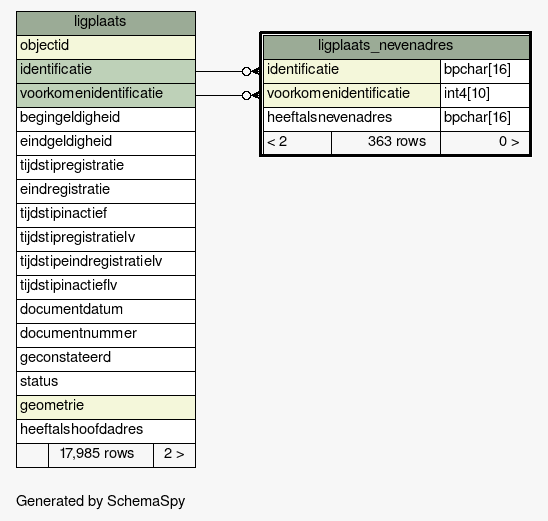
Before: datamodel/schemaspy/bag/diagrams/ligplaats_nevenadres.1degree.png, a diagram exported from Graphviz (B3Partners/brmo). Its source is kept beside it as datamodel/schemaspy/bag/diagrams/ligplaats_nevenadres.1degree.dot. Source of this version:
```dot
digraph "oneDegreeRelationshipsDiagram" {
  graph [
    rankdir="RL"
    bgcolor="#f7f7f7"
    label="\nGenerated by SchemaSpy"
    labeljust="l"
    nodesep="0.18"
    ranksep="0.46"
    fontname="Helvetica"
    fontsize="11"
  ];
  node [
    fontname="Helvetica"
    fontsize="11"
    shape="plaintext"
  ];
  edge [
    arrowsize="0.8"
  ];
  "ligplaats_nevenadres":"identificatie":w -> "ligplaats":"identificatie":e [arrowhead=none dir=back arrowtail=crowodot];
  "ligplaats_nevenadres":"voorkomenidentificatie":w -> "ligplaats":"voorkomenidentificatie":e [arrowhead=none dir=back arrowtail=crowodot];
  "ligplaats" [
    label=<
    <TABLE BORDER="0" CELLBORDER="1" CELLSPACING="0" BGCOLOR="#ffffff">
      <TR><TD COLSPAN="3" BGCOLOR="#9bab96" ALIGN="CENTER">ligplaats</TD></TR>
      <TR><TD PORT="objectid" COLSPAN="3" BGCOLOR="#f4f7da" ALIGN="LEFT">objectid</TD></TR>
      <TR><TD PORT="identificatie" COLSPAN="3" BGCOLOR="#bed1b8" ALIGN="LEFT">identificatie</TD></TR>
      <TR><TD PORT="voorkomenidentificatie" COLSPAN="3" BGCOLOR="#bed1b8" ALIGN="LEFT">voorkomenidentificatie</TD></TR>
      <TR><TD PORT="begingeldigheid" COLSPAN="3" ALIGN="LEFT">begingeldigheid</TD></TR>
      <TR><TD PORT="eindgeldigheid" COLSPAN="3" ALIGN="LEFT">eindgeldigheid</TD></TR>
      <TR><TD PORT="tijdstipregistratie" COLSPAN="3" ALIGN="LEFT">tijdstipregistratie</TD></TR>
      <TR><TD PORT="eindregistratie" COLSPAN="3" ALIGN="LEFT">eindregistratie</TD></TR>
      <TR><TD PORT="tijdstipinactief" COLSPAN="3" ALIGN="LEFT">tijdstipinactief</TD></TR>
      <TR><TD PORT="tijdstipregistratielv" COLSPAN="3" ALIGN="LEFT">tijdstipregistratielv</TD></TR>
      <TR><TD PORT="tijdstipeindregistratielv" COLSPAN="3" ALIGN="LEFT">tijdstipeindregistratielv</TD></TR>
      <TR><TD PORT="tijdstipinactieflv" COLSPAN="3" ALIGN="LEFT">tijdstipinactieflv</TD></TR>
      <TR><TD PORT="documentdatum" COLSPAN="3" ALIGN="LEFT">documentdatum</TD></TR>
      <TR><TD PORT="documentnummer" COLSPAN="3" ALIGN="LEFT">documentnummer</TD></TR>
      <TR><TD PORT="geconstateerd" COLSPAN="3" ALIGN="LEFT">geconstateerd</TD></TR>
      <TR><TD PORT="status" COLSPAN="3" ALIGN="LEFT">status</TD></TR>
      <TR><TD PORT="geometrie" COLSPAN="3" BGCOLOR="#f4f7da" ALIGN="LEFT">geometrie</TD></TR>
      <TR><TD PORT="heeftalshoofdadres" COLSPAN="3" ALIGN="LEFT">heeftalshoofdadres</TD></TR>
      <TR><TD ALIGN="LEFT" BGCOLOR="#f7f7f7">  </TD><TD ALIGN="RIGHT" BGCOLOR="#f7f7f7">17,985 rows</TD><TD ALIGN="RIGHT" BGCOLOR="#f7f7f7">2 &gt;</TD></TR>
    </TABLE>>
    URL="ligplaats.html"
    tooltip="ligplaats"
  ];
  "ligplaats_nevenadres" [
    label=<
    <TABLE BORDER="2" CELLBORDER="1" CELLSPACING="0" BGCOLOR="#ffffff">
      <TR><TD COLSPAN="3" BGCOLOR="#9bab96" ALIGN="CENTER">ligplaats_nevenadres</TD></TR>
      <TR><TD PORT="identificatie" COLSPAN="2" BGCOLOR="#f4f7da" ALIGN="LEFT">identificatie</TD><TD PORT="identificatie.type" ALIGN="LEFT">bpchar[16]</TD></TR>
      <TR><TD PORT="voorkomenidentificatie" COLSPAN="2" BGCOLOR="#f4f7da" ALIGN="LEFT">voorkomenidentificatie</TD><TD PORT="voorkomenidentificatie.type" ALIGN="LEFT">int4[10]</TD></TR>
      <TR><TD PORT="heeftalsnevenadres" COLSPAN="2" ALIGN="LEFT">heeftalsnevenadres</TD><TD PORT="heeftalsnevenadres.type" ALIGN="LEFT">bpchar[16]</TD></TR>
      <TR><TD ALIGN="LEFT" BGCOLOR="#f7f7f7">&lt; 2</TD><TD ALIGN="RIGHT" BGCOLOR="#f7f7f7">363 rows</TD><TD ALIGN="RIGHT" BGCOLOR="#f7f7f7">0 &gt;</TD></TR>
    </TABLE>>
    URL="ligplaats_nevenadres.html"
    tooltip="ligplaats_nevenadres"
  ];
}
```
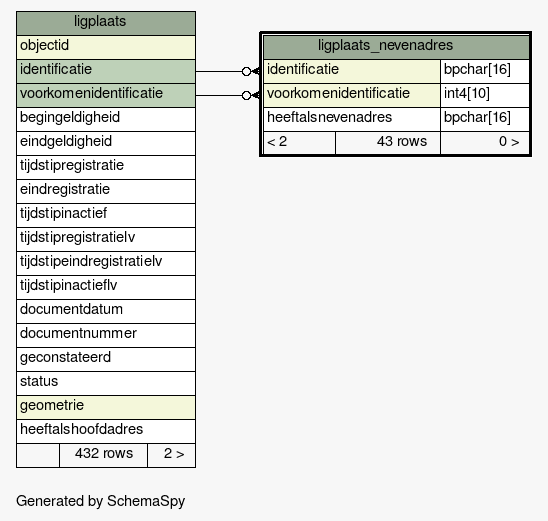
The same diagram one commit later.

What changed in the source:
```diff
@@ -40,7 +40,7 @@
       <TR><TD PORT="status" COLSPAN="3" ALIGN="LEFT">status</TD></TR>
       <TR><TD PORT="geometrie" COLSPAN="3" BGCOLOR="#f4f7da" ALIGN="LEFT">geometrie</TD></TR>
       <TR><TD PORT="heeftalshoofdadres" COLSPAN="3" ALIGN="LEFT">heeftalshoofdadres</TD></TR>
-      <TR><TD ALIGN="LEFT" BGCOLOR="#f7f7f7">  </TD><TD ALIGN="RIGHT" BGCOLOR="#f7f7f7">17,985 rows</TD><TD ALIGN="RIGHT" BGCOLOR="#f7f7f7">2 &gt;</TD></TR>
+      <TR><TD ALIGN="LEFT" BGCOLOR="#f7f7f7">  </TD><TD ALIGN="RIGHT" BGCOLOR="#f7f7f7">432 rows</TD><TD ALIGN="RIGHT" BGCOLOR="#f7f7f7">2 &gt;</TD></TR>
     </TABLE>>
     URL="ligplaats.html"
     tooltip="ligplaats"
@@ -52,7 +52,7 @@
       <TR><TD PORT="identificatie" COLSPAN="2" BGCOLOR="#f4f7da" ALIGN="LEFT">identificatie</TD><TD PORT="identificatie.type" ALIGN="LEFT">bpchar[16]</TD></TR>
       <TR><TD PORT="voorkomenidentificatie" COLSPAN="2" BGCOLOR="#f4f7da" ALIGN="LEFT">voorkomenidentificatie</TD><TD PORT="voorkomenidentificatie.type" ALIGN="LEFT">int4[10]</TD></TR>
       <TR><TD PORT="heeftalsnevenadres" COLSPAN="2" ALIGN="LEFT">heeftalsnevenadres</TD><TD PORT="heeftalsnevenadres.type" ALIGN="LEFT">bpchar[16]</TD></TR>
-      <TR><TD ALIGN="LEFT" BGCOLOR="#f7f7f7">&lt; 2</TD><TD ALIGN="RIGHT" BGCOLOR="#f7f7f7">363 rows</TD><TD ALIGN="RIGHT" BGCOLOR="#f7f7f7">0 &gt;</TD></TR>
+      <TR><TD ALIGN="LEFT" BGCOLOR="#f7f7f7">&lt; 2</TD><TD ALIGN="RIGHT" BGCOLOR="#f7f7f7">43 rows</TD><TD ALIGN="RIGHT" BGCOLOR="#f7f7f7">0 &gt;</TD></TR>
     </TABLE>>
     URL="ligplaats_nevenadres.html"
     tooltip="ligplaats_nevenadres"
```
